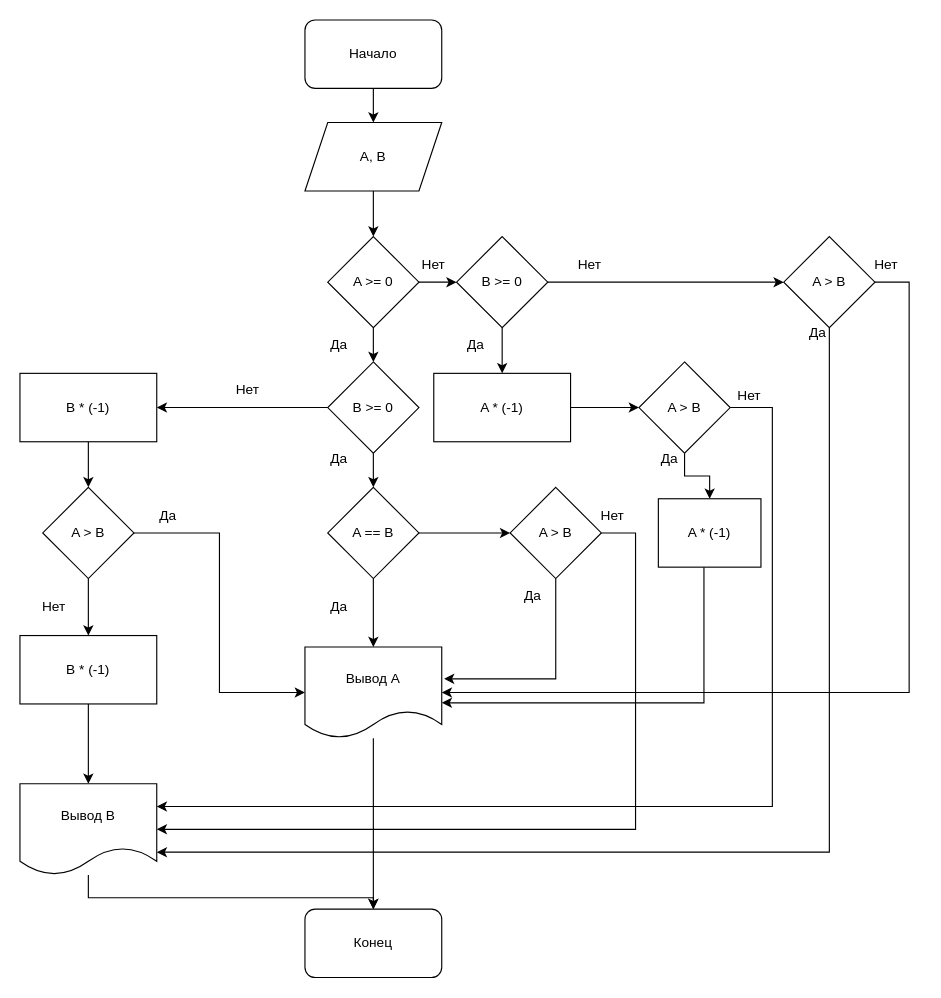
This is Diagram_seminar_2.drawio from nikul1ch/diagram, a draw.io file, before an edit. Source tidied: cells renumbered, new cells numbered last; positions are measured from the earlier drawing's top-left corner, leaving out a move shared by most shapes. Both pictures are drawn from the tidied source at 114%, with x=0, y=0 at pixel (19, 19).
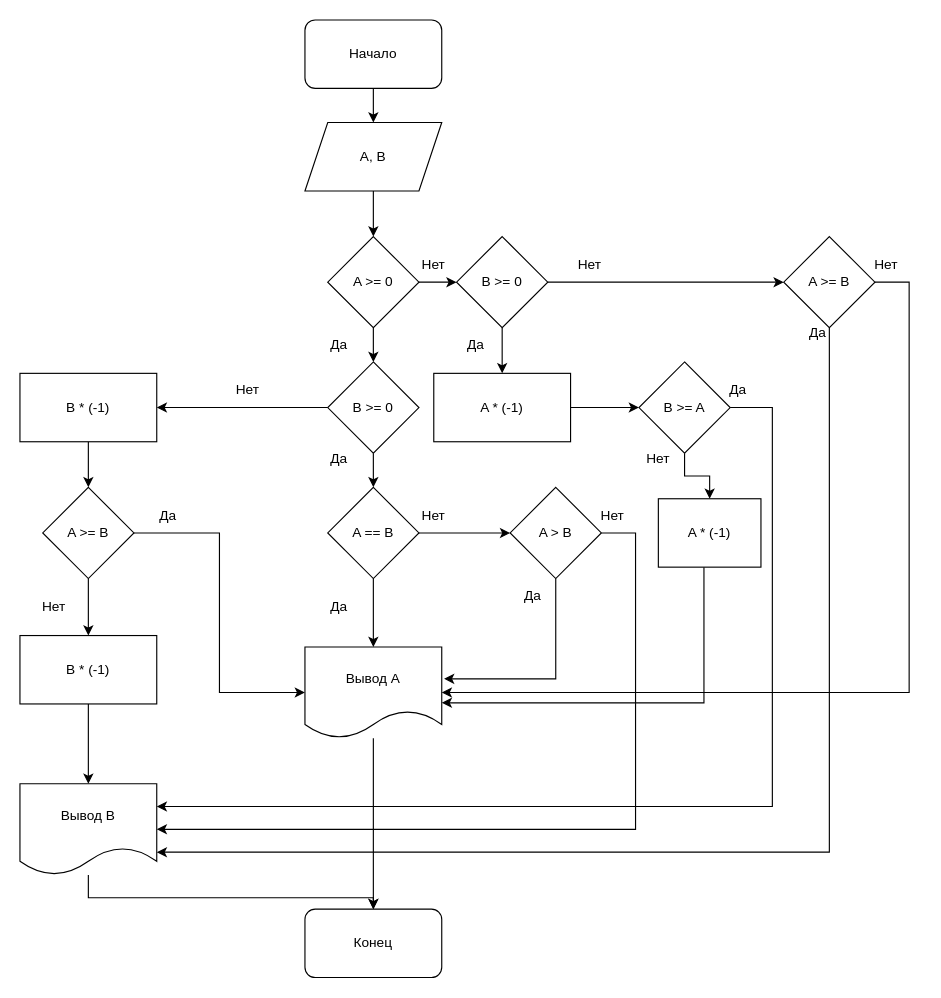
After the change.

What changed in the source:
```diff
@@
     <mxCell id="21" value="Да" style="text;html=1;strokeColor=none;fillColor=none;align=center;verticalAlign=middle;whiteSpace=wrap;rounded=0;" parent="1" vertex="1">
-      <mxGeometry x="540" y="370" width="60" height="30" as="geometry" />
+      <mxGeometry x="600" y="310" width="60" height="30" as="geometry" />
     </mxCell>
@@
     <mxCell id="29" value="Нет" style="text;html=1;strokeColor=none;fillColor=none;align=center;verticalAlign=middle;whiteSpace=wrap;rounded=0;" parent="1" vertex="1">
-      <mxGeometry x="610" y="315" width="60" height="30" as="geometry" />
+      <mxGeometry x="530" y="370" width="60" height="30" as="geometry" />
     </mxCell>
@@
-    <mxCell id="39" value="A &amp;gt; B" style="rhombus;whiteSpace=wrap;html=1;" parent="1" vertex="1">
+    <mxCell id="39" value="A &amp;gt;= B" style="rhombus;whiteSpace=wrap;html=1;" parent="1" vertex="1">
       <mxGeometry x="20" y="410" width="80" height="80" as="geometry" />
     </mxCell>
@@
-    <mxCell id="49" value="A &amp;gt; B" style="rhombus;whiteSpace=wrap;html=1;" parent="1" vertex="1">
+    <mxCell id="49" value="A &amp;gt;= B" style="rhombus;whiteSpace=wrap;html=1;" parent="1" vertex="1">
       <mxGeometry x="670" y="190" width="80" height="80" as="geometry" />
     </mxCell>
@@
-    <mxCell id="54" value="A &amp;gt; B" style="rhombus;whiteSpace=wrap;html=1;rounded=0;" parent="1" vertex="1">
+    <mxCell id="54" value="B &amp;gt;= A" style="rhombus;whiteSpace=wrap;html=1;rounded=0;" parent="1" vertex="1">
       <mxGeometry x="543" y="300" width="80" height="80" as="geometry" />
     </mxCell>
@@
+    <mxCell id="58" value="Нет" style="text;html=1;strokeColor=none;fillColor=none;align=center;verticalAlign=middle;whiteSpace=wrap;rounded=0;" parent="1" vertex="1">
+      <mxGeometry x="333" y="420" width="60" height="30" as="geometry" />
+    </mxCell>
```
